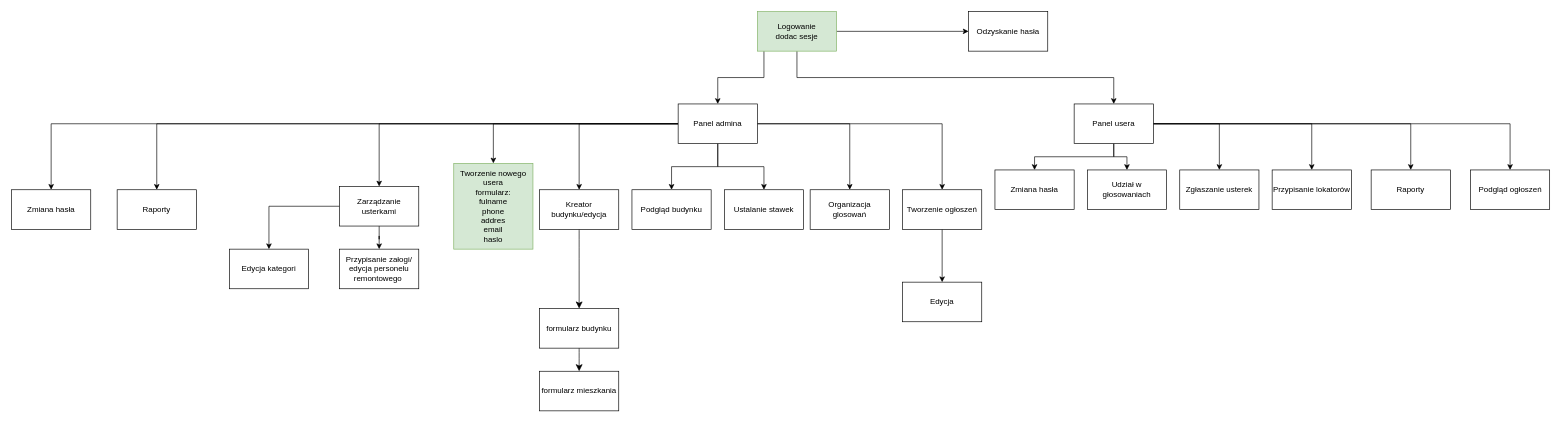
Above: doc/site_flow.drawio in Mati-IR/my-neighborhood (draw.io), before the change. Source tidied: cells renumbered, new cells numbered last; positions are measured from the earlier drawing's top-left corner, leaving out a move shared by most shapes. Both pictures are drawn from the tidied source at 66%, with x=0, y=0 at pixel (11, 11).
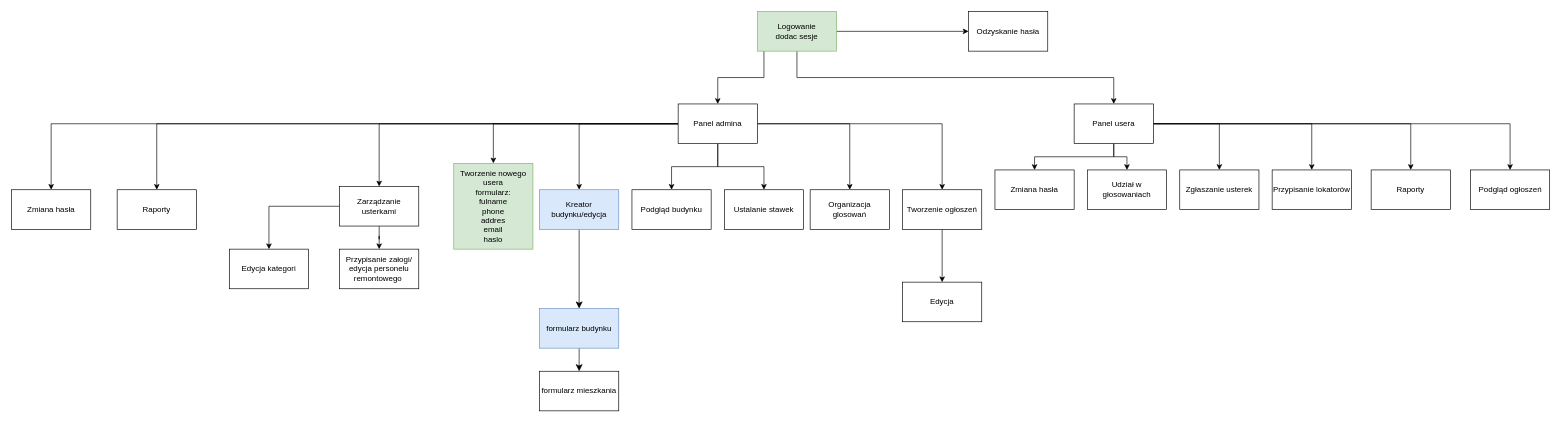
The same diagram, later.

The edit, as a diff of the source:
```diff
@@
-    <mxCell id="26" value="Kreator budynku/edycja" style="whiteSpace=wrap;html=1;rounded=0;" parent="1" vertex="1">
+    <mxCell id="26" value="Kreator budynku/edycja" style="whiteSpace=wrap;html=1;rounded=0;fillColor=#dae8fc;strokeColor=#6c8ebf;" parent="1" vertex="1">
       <mxGeometry x="800" y="270" width="120" height="60" as="geometry" />
     </mxCell>
@@
-    <mxCell id="47" value="formularz budynku" style="whiteSpace=wrap;html=1;rounded=0;" parent="1" vertex="1">
+    <mxCell id="47" value="formularz budynku" style="whiteSpace=wrap;html=1;rounded=0;fillColor=#dae8fc;strokeColor=#6c8ebf;" parent="1" vertex="1">
       <mxGeometry x="800" y="450" width="120" height="60" as="geometry" />
     </mxCell>
```
